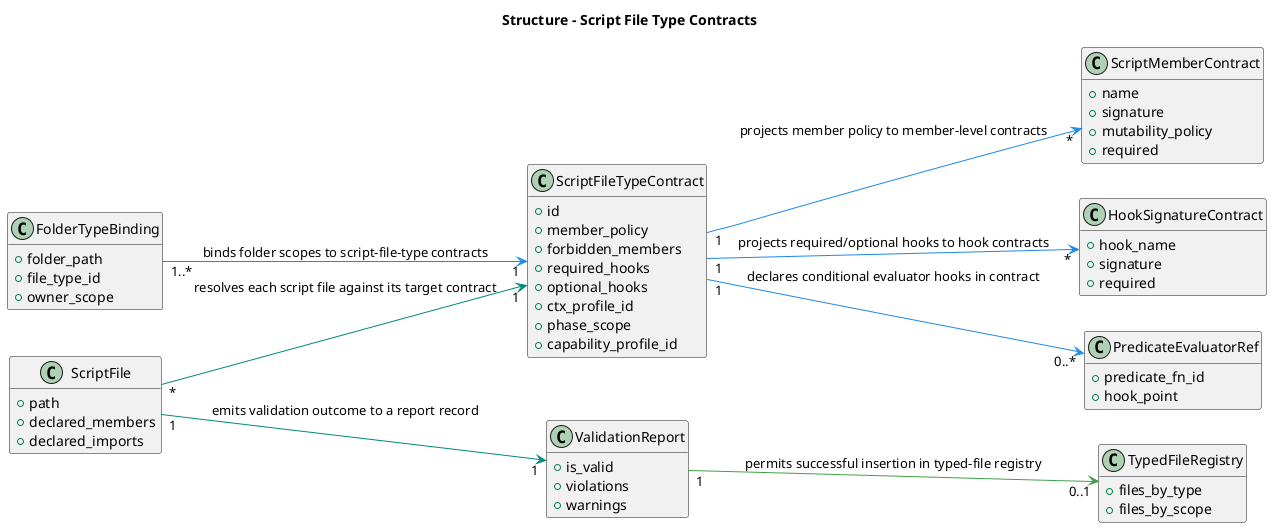
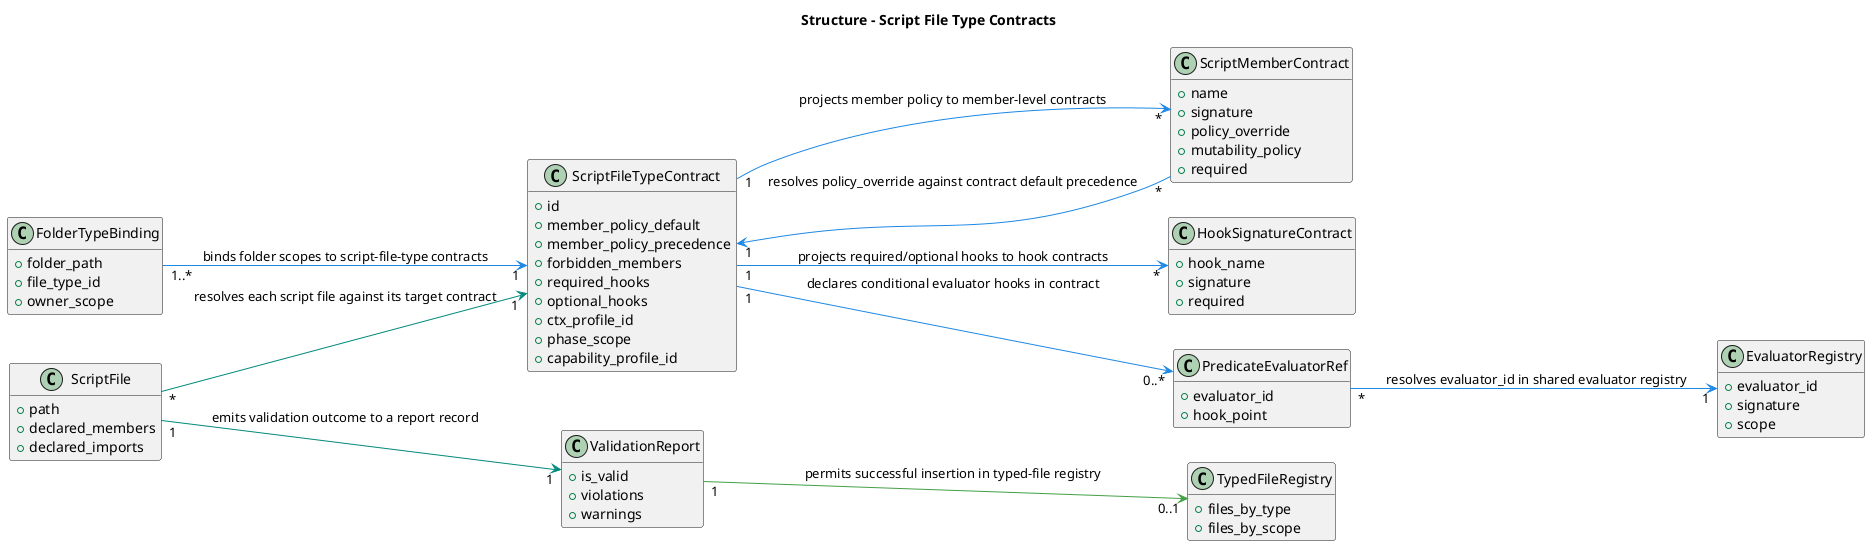
@startuml
title Structure - Script File Type Contracts
hide empty members
left to right direction

class FolderTypeBinding {
  +folder_path
  +file_type_id
  +owner_scope
}

class ScriptFileTypeContract {
  +id
-   +member_policy
+   +member_policy_default
+   +member_policy_precedence
  +forbidden_members
  +required_hooks
  +optional_hooks
  +ctx_profile_id
  +phase_scope
  +capability_profile_id
}

class ScriptMemberContract {
  +name
  +signature
+   +policy_override
  +mutability_policy
  +required
}

class HookSignatureContract {
  +hook_name
  +signature
  +required
}

class PredicateEvaluatorRef {
-   +predicate_fn_id
+   +evaluator_id
  +hook_point
+ }
+ 
+ class EvaluatorRegistry {
+   +evaluator_id
+   +signature
+   +scope
}

class ScriptFile {
  +path
  +declared_members
  +declared_imports
}

class ValidationReport {
  +is_valid
  +violations
  +warnings
}

class TypedFileRegistry {
  +files_by_type
  +files_by_scope
}

FolderTypeBinding "1..*" -[#1E88E5]-> "1" ScriptFileTypeContract : binds folder scopes to script-file-type contracts
ScriptFileTypeContract "1" -[#1E88E5]-> "*" ScriptMemberContract : projects member policy to member-level contracts
ScriptFileTypeContract "1" -[#1E88E5]-> "*" HookSignatureContract : projects required/optional hooks to hook contracts
ScriptFileTypeContract "1" -[#1E88E5]-> "0..*" PredicateEvaluatorRef : declares conditional evaluator hooks in contract
+ ScriptMemberContract "*" -[#1E88E5]-> "1" ScriptFileTypeContract : resolves policy_override against contract default precedence
+ PredicateEvaluatorRef "*" -[#1E88E5]-> "1" EvaluatorRegistry : resolves evaluator_id in shared evaluator registry
ScriptFile "*" -[#00897B]-> "1" ScriptFileTypeContract : resolves each script file against its target contract
ScriptFile "1" -[#00897B]-> "1" ValidationReport : emits validation outcome to a report record
ValidationReport "1" -[#43A047]-> "0..1" TypedFileRegistry : permits successful insertion in typed-file registry
@enduml
